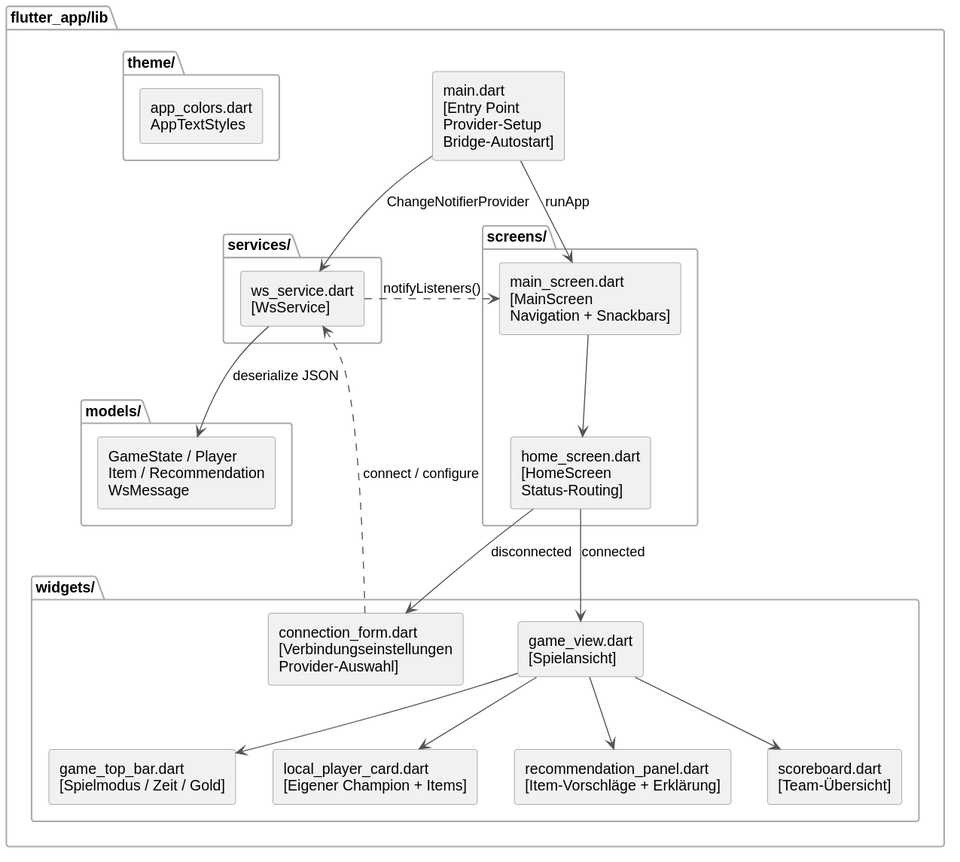
Before: docs/umls/05_flutter_whitebox.svg, a diagram exported from PlantUML (NexusHero/LOLRecommender). Source of this version:
```plantuml
@startuml
skinparam componentStyle rectangle
skinparam backgroundColor #FFFFFF
skinparam defaultFontName Arial
skinparam ArrowColor #555555
skinparam componentBorderColor #888888
skinparam packageBorderColor #AAAAAA

package "flutter_app/lib" {

  component "main.dart\n[Entry Point\nProvider-Setup\nBridge-Autostart]" as main

  package "services/" {
    component "ws_service.dart\n[WsService]" as ws
  }

  package "screens/" {
    component "main_screen.dart\n[MainScreen\nNavigation + Snackbars]" as main_screen
    component "home_screen.dart\n[HomeScreen\nStatus-Routing]" as home_screen
  }

  package "widgets/" {
    component "connection_form.dart\n[Verbindungseinstellungen\nProvider-Auswahl]" as conn_form
    component "game_view.dart\n[Spielansicht]" as game_view
    component "game_top_bar.dart\n[Spielmodus / Zeit / Gold]" as top_bar
    component "local_player_card.dart\n[Eigener Champion + Items]" as player_card
    component "recommendation_panel.dart\n[Item-Vorschläge + Erklärung]" as rec_panel
    component "scoreboard.dart\n[Team-Übersicht]" as scoreboard
  }

  package "models/" {
    component "GameState / Player\nItem / Recommendation\nWsMessage" as models
  }

  package "theme/" {
    component "app_colors.dart\nAppTextStyles" as theme
  }
}

main --> ws : ChangeNotifierProvider
main --> main_screen : runApp

main_screen --> home_screen

home_screen --> conn_form : disconnected
home_screen --> game_view : connected

game_view --> top_bar
game_view --> player_card
game_view --> rec_panel
game_view --> scoreboard

ws --> models : deserialize JSON
ws ..> main_screen : notifyListeners()

conn_form ..> ws : connect / configure
@enduml
```
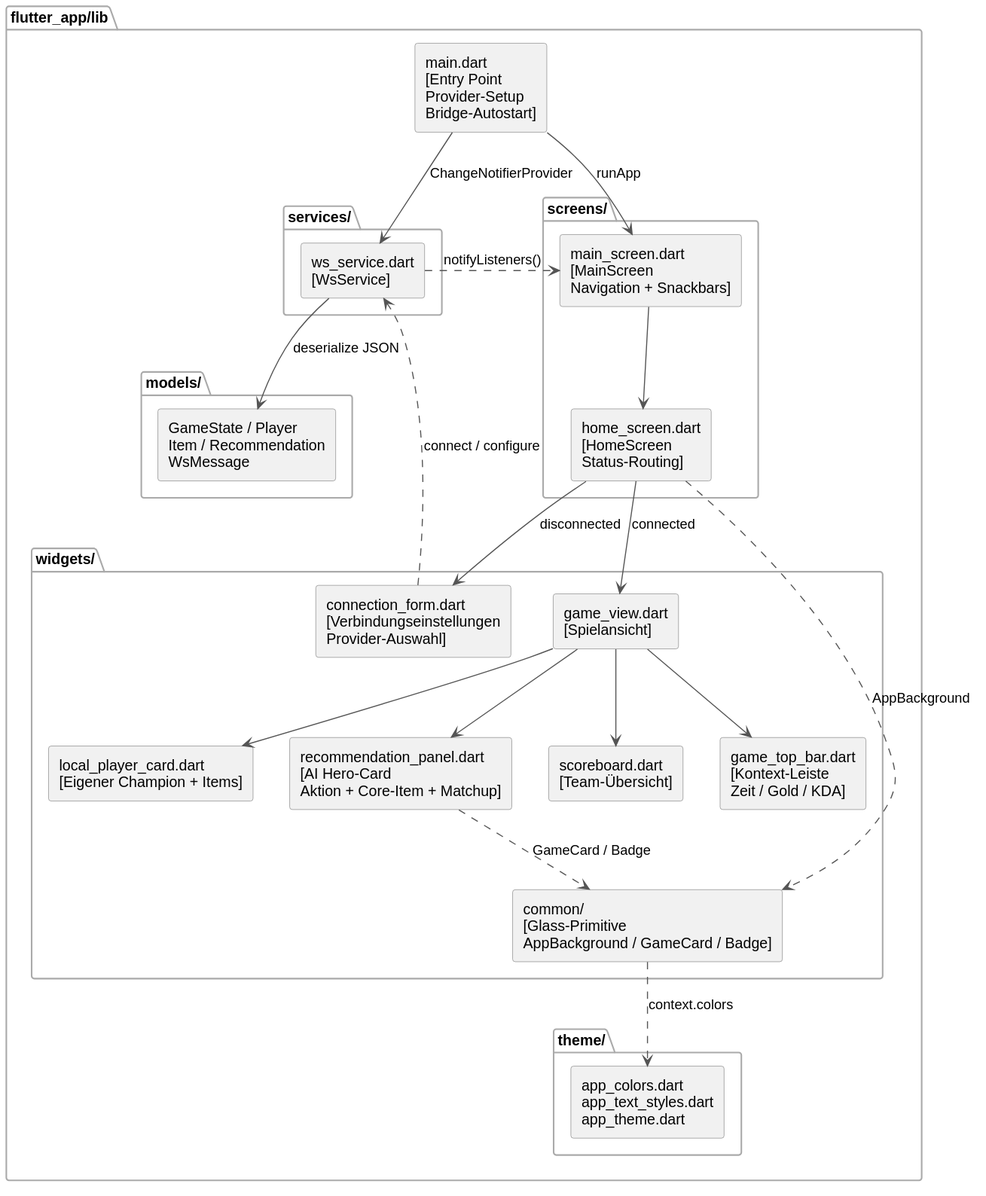
Above is the later version.

The edit, as a diff of the source:
```diff
@@ -22,10 +22,11 @@
   package "widgets/" {
     component "connection_form.dart\n[Verbindungseinstellungen\nProvider-Auswahl]" as conn_form
     component "game_view.dart\n[Spielansicht]" as game_view
-    component "game_top_bar.dart\n[Spielmodus / Zeit / Gold]" as top_bar
+    component "game_top_bar.dart\n[Kontext-Leiste\nZeit / Gold / KDA]" as top_bar
     component "local_player_card.dart\n[Eigener Champion + Items]" as player_card
-    component "recommendation_panel.dart\n[Item-Vorschläge + Erklärung]" as rec_panel
+    component "recommendation_panel.dart\n[AI Hero-Card\nAktion + Core-Item + Matchup]" as rec_panel
     component "scoreboard.dart\n[Team-Übersicht]" as scoreboard
+    component "common/\n[Glass-Primitive\nAppBackground / GameCard / Badge]" as common
   }
 
   package "models/" {
@@ -33,7 +34,7 @@
   }
 
   package "theme/" {
-    component "app_colors.dart\nAppTextStyles" as theme
+    component "app_colors.dart\napp_text_styles.dart\napp_theme.dart" as theme
   }
 }
 
@@ -50,6 +51,10 @@
 game_view --> rec_panel
 game_view --> scoreboard
 
+rec_panel ..> common : GameCard / Badge
+home_screen ..> common : AppBackground
+common ..> theme : context.colors
+
 ws --> models : deserialize JSON
 ws ..> main_screen : notifyListeners()
 
```
